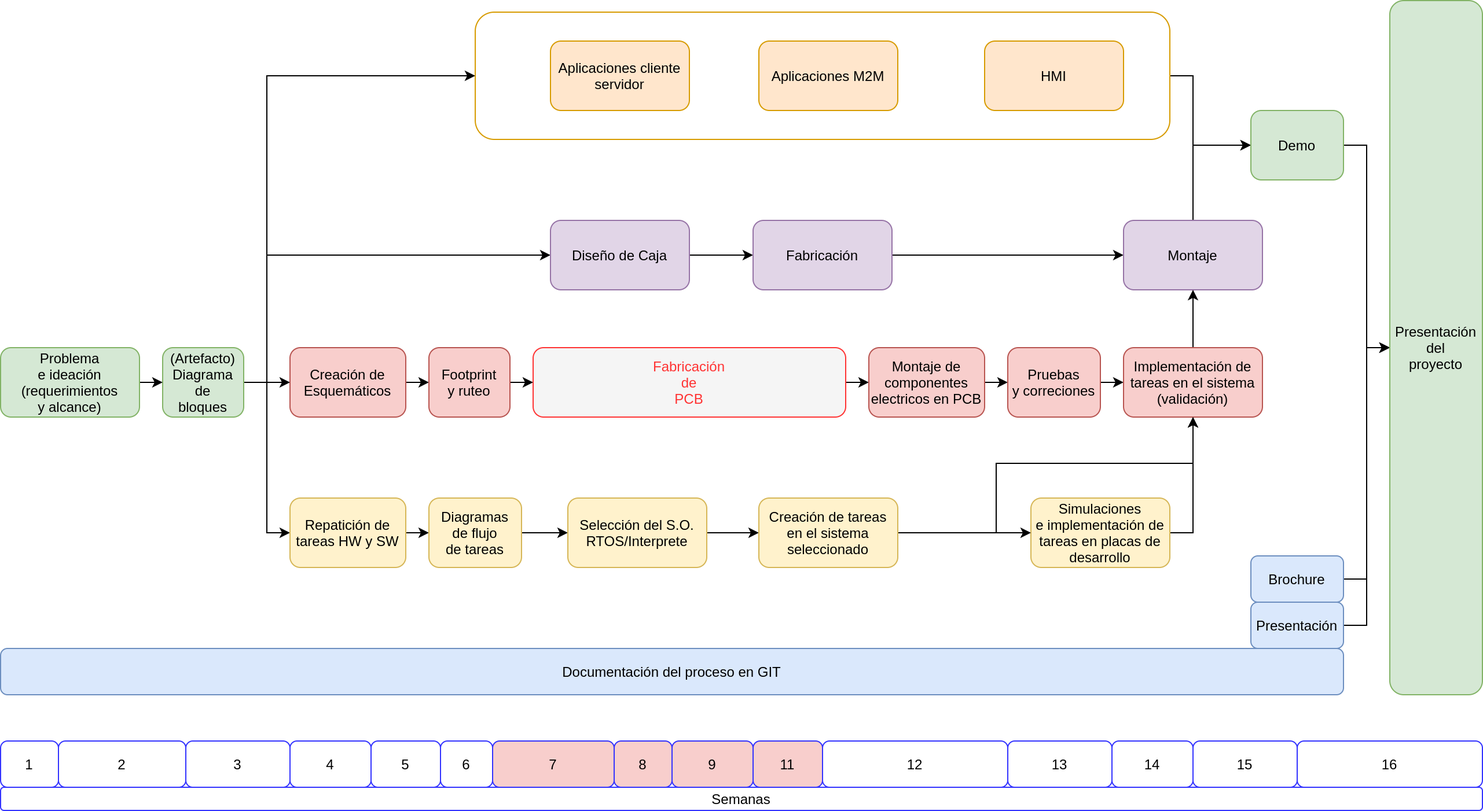
Before: liascript-course/sistemasEmbebidos/img/projectSE/cronograma.drawio.png, a diagram exported from draw.io (johnnycubides/curso-scorm-sistemas-digitales). Source tidied: cells renumbered, new cells last; positions are measured from the earlier drawing's top-left corner, leaving out a move shared by most shapes. The source it was exported from:
```xml
<mxGraphModel>
  <root>
    <mxCell id="0" />
    <mxCell id="1" parent="0" />
    <mxCell id="2" style="edgeStyle=orthogonalEdgeStyle;rounded=0;jettySize=auto;html=1;exitX=1;exitY=0.5;exitDx=0;exitDy=0;entryX=0;entryY=0.5;entryDx=0;entryDy=0;" parent="1" edge="1" source="3" target="27">
      <mxGeometry relative="1" as="geometry">
        <Array as="points">
          <mxPoint x="1030" y="65" />
          <mxPoint x="1030" y="125" />
        </Array>
      </mxGeometry>
    </mxCell>
    <mxCell id="3" style="rounded=1;whiteSpace=wrap;html=1;fillColor=none;strokeColor=#d79b00;" parent="1" vertex="1">
      <mxGeometry x="410" y="10" width="600" height="110" as="geometry" />
    </mxCell>
    <mxCell id="4" style="edgeStyle=orthogonalEdgeStyle;rounded=0;jettySize=auto;html=1;exitX=1;exitY=0.5;exitDx=0;exitDy=0;entryX=0;entryY=0.5;entryDx=0;entryDy=0;" parent="1" edge="1" source="5" target="24">
      <mxGeometry relative="1" as="geometry" />
    </mxCell>
    <mxCell id="5" value="Fabricación&lt;br&gt;de&lt;br&gt;PCB" style="rounded=1;whiteSpace=wrap;html=1;fillColor=#f5f5f5;strokeColor=#FF3333;fontColor=#FF3333;" parent="1" vertex="1">
      <mxGeometry x="460" y="300" width="270" height="60" as="geometry" />
    </mxCell>
    <mxCell id="6" style="edgeStyle=orthogonalEdgeStyle;rounded=0;jettySize=auto;html=1;exitX=1;exitY=0.5;exitDx=0;exitDy=0;entryX=0;entryY=0.5;entryDx=0;entryDy=0;" parent="1" edge="1" source="7" target="9">
      <mxGeometry relative="1" as="geometry" />
    </mxCell>
    <mxCell id="7" value="Creación de&lt;br&gt;Esquemáticos" style="rounded=1;whiteSpace=wrap;html=1;fillColor=#f8cecc;strokeColor=#b85450;" parent="1" vertex="1">
      <mxGeometry x="250" y="300" width="100" height="60" as="geometry" />
    </mxCell>
    <mxCell id="8" style="edgeStyle=orthogonalEdgeStyle;rounded=0;jettySize=auto;html=1;exitX=1;exitY=0.5;exitDx=0;exitDy=0;entryX=0;entryY=0.5;entryDx=0;entryDy=0;" parent="1" edge="1" source="9" target="5">
      <mxGeometry relative="1" as="geometry" />
    </mxCell>
    <mxCell id="9" value="Footprint&lt;br&gt;y ruteo" style="rounded=1;whiteSpace=wrap;html=1;fillColor=#f8cecc;strokeColor=#b85450;" parent="1" vertex="1">
      <mxGeometry x="370" y="300" width="70" height="60" as="geometry" />
    </mxCell>
    <mxCell id="10" style="edgeStyle=orthogonalEdgeStyle;rounded=0;jettySize=auto;html=1;exitX=1;exitY=0.5;exitDx=0;exitDy=0;entryX=0;entryY=0.5;entryDx=0;entryDy=0;" parent="1" edge="1" source="11" target="63">
      <mxGeometry relative="1" as="geometry" />
    </mxCell>
    <mxCell id="11" value="Brochure" style="rounded=1;whiteSpace=wrap;html=1;fillColor=#dae8fc;strokeColor=#6c8ebf;" parent="1" vertex="1">
      <mxGeometry x="1080" y="480" width="80" height="40" as="geometry" />
    </mxCell>
    <mxCell id="12" style="edgeStyle=orthogonalEdgeStyle;rounded=0;jettySize=auto;html=1;exitX=1;exitY=0.5;exitDx=0;exitDy=0;entryX=0;entryY=0.5;entryDx=0;entryDy=0;" parent="1" edge="1" source="16" target="7">
      <mxGeometry relative="1" as="geometry" />
    </mxCell>
    <mxCell id="13" style="edgeStyle=orthogonalEdgeStyle;rounded=0;jettySize=auto;html=1;exitX=1;exitY=0.5;exitDx=0;exitDy=0;entryX=0;entryY=0.5;entryDx=0;entryDy=0;" parent="1" edge="1" source="16" target="18">
      <mxGeometry relative="1" as="geometry">
        <Array as="points">
          <mxPoint x="230" y="330" />
          <mxPoint x="230" y="220" />
        </Array>
      </mxGeometry>
    </mxCell>
    <mxCell id="14" style="edgeStyle=orthogonalEdgeStyle;rounded=0;jettySize=auto;html=1;exitX=1;exitY=0.5;exitDx=0;exitDy=0;entryX=0;entryY=0.5;entryDx=0;entryDy=0;" parent="1" edge="1" source="16" target="29">
      <mxGeometry relative="1" as="geometry">
        <Array as="points">
          <mxPoint x="230" y="330" />
          <mxPoint x="230" y="460" />
        </Array>
      </mxGeometry>
    </mxCell>
    <mxCell id="15" style="edgeStyle=orthogonalEdgeStyle;rounded=0;jettySize=auto;html=1;exitX=1;exitY=0.5;exitDx=0;exitDy=0;entryX=0;entryY=0.5;entryDx=0;entryDy=0;" parent="1" edge="1" source="16" target="3">
      <mxGeometry relative="1" as="geometry">
        <Array as="points">
          <mxPoint x="230" y="330" />
          <mxPoint x="230" y="65" />
        </Array>
      </mxGeometry>
    </mxCell>
    <mxCell id="16" value="(Artefacto)&lt;br&gt;Diagrama&lt;br&gt;de&lt;br&gt;bloques" style="rounded=1;whiteSpace=wrap;html=1;fillColor=#d5e8d4;strokeColor=#82b366;" parent="1" vertex="1">
      <mxGeometry x="140" y="300" width="70" height="60" as="geometry" />
    </mxCell>
    <mxCell id="17" style="edgeStyle=orthogonalEdgeStyle;rounded=0;jettySize=auto;html=1;exitX=1;exitY=0.5;exitDx=0;exitDy=0;entryX=0;entryY=0.5;entryDx=0;entryDy=0;" parent="1" edge="1" source="18" target="20">
      <mxGeometry relative="1" as="geometry" />
    </mxCell>
    <mxCell id="18" value="Diseño de Caja" style="rounded=1;whiteSpace=wrap;html=1;fillColor=#e1d5e7;strokeColor=#9673a6;" parent="1" vertex="1">
      <mxGeometry x="475" y="190" width="120" height="60" as="geometry" />
    </mxCell>
    <mxCell id="19" style="edgeStyle=orthogonalEdgeStyle;rounded=0;jettySize=auto;html=1;exitX=1;exitY=0.5;exitDx=0;exitDy=0;entryX=0;entryY=0.5;entryDx=0;entryDy=0;" parent="1" edge="1" source="20" target="22">
      <mxGeometry relative="1" as="geometry" />
    </mxCell>
    <mxCell id="20" value="Fabricación" style="rounded=1;whiteSpace=wrap;html=1;fillColor=#e1d5e7;strokeColor=#9673a6;" parent="1" vertex="1">
      <mxGeometry x="650" y="190" width="120" height="60" as="geometry" />
    </mxCell>
    <mxCell id="21" style="edgeStyle=orthogonalEdgeStyle;rounded=0;jettySize=auto;html=1;exitX=0.5;exitY=0;exitDx=0;exitDy=0;entryX=0;entryY=0.5;entryDx=0;entryDy=0;" parent="1" edge="1" source="22" target="27">
      <mxGeometry relative="1" as="geometry" />
    </mxCell>
    <mxCell id="22" value="Montaje" style="rounded=1;whiteSpace=wrap;html=1;fillColor=#e1d5e7;strokeColor=#9673a6;" parent="1" vertex="1">
      <mxGeometry x="970" y="190" width="120" height="60" as="geometry" />
    </mxCell>
    <mxCell id="23" style="edgeStyle=orthogonalEdgeStyle;rounded=0;jettySize=auto;html=1;exitX=1;exitY=0.5;exitDx=0;exitDy=0;entryX=0;entryY=0.5;entryDx=0;entryDy=0;" parent="1" edge="1" source="24" target="35">
      <mxGeometry relative="1" as="geometry" />
    </mxCell>
    <mxCell id="24" value="Montaje de&lt;br&gt;componentes&lt;br&gt;electricos en PCB" style="rounded=1;whiteSpace=wrap;html=1;fillColor=#f8cecc;strokeColor=#b85450;" parent="1" vertex="1">
      <mxGeometry x="750" y="300" width="100" height="60" as="geometry" />
    </mxCell>
    <mxCell id="25" value="Documentación del proceso en GIT" style="rounded=1;whiteSpace=wrap;html=1;fillColor=#dae8fc;strokeColor=#6c8ebf;" parent="1" vertex="1">
      <mxGeometry y="560" width="1160" height="40" as="geometry" />
    </mxCell>
    <mxCell id="26" style="edgeStyle=orthogonalEdgeStyle;rounded=0;jettySize=auto;html=1;exitX=1;exitY=0.5;exitDx=0;exitDy=0;" parent="1" edge="1" source="27" target="63">
      <mxGeometry relative="1" as="geometry" />
    </mxCell>
    <mxCell id="27" value="Demo" style="rounded=1;whiteSpace=wrap;html=1;fillColor=#d5e8d4;strokeColor=#82b366;" parent="1" vertex="1">
      <mxGeometry x="1080" y="95" width="80" height="60" as="geometry" />
    </mxCell>
    <mxCell id="28" style="edgeStyle=orthogonalEdgeStyle;rounded=0;jettySize=auto;html=1;exitX=1;exitY=0.5;exitDx=0;exitDy=0;entryX=0;entryY=0.5;entryDx=0;entryDy=0;" parent="1" edge="1" source="29" target="31">
      <mxGeometry relative="1" as="geometry" />
    </mxCell>
    <mxCell id="29" value="Repatición de&lt;br&gt;tareas HW y SW" style="rounded=1;whiteSpace=wrap;html=1;fillColor=#fff2cc;strokeColor=#d6b656;" parent="1" vertex="1">
      <mxGeometry x="250" y="430" width="100" height="60" as="geometry" />
    </mxCell>
    <mxCell id="30" style="edgeStyle=orthogonalEdgeStyle;rounded=0;jettySize=auto;html=1;exitX=1;exitY=0.5;exitDx=0;exitDy=0;entryX=0;entryY=0.5;entryDx=0;entryDy=0;" parent="1" edge="1" source="31" target="33">
      <mxGeometry relative="1" as="geometry" />
    </mxCell>
    <mxCell id="31" value="Diagramas&lt;br&gt;de flujo&lt;br&gt;de tareas" style="rounded=1;whiteSpace=wrap;html=1;fillColor=#fff2cc;strokeColor=#d6b656;" parent="1" vertex="1">
      <mxGeometry x="370" y="430" width="80" height="60" as="geometry" />
    </mxCell>
    <mxCell id="32" style="edgeStyle=orthogonalEdgeStyle;rounded=0;jettySize=auto;html=1;exitX=1;exitY=0.5;exitDx=0;exitDy=0;entryX=0;entryY=0.5;entryDx=0;entryDy=0;" parent="1" edge="1" source="33" target="44">
      <mxGeometry relative="1" as="geometry" />
    </mxCell>
    <mxCell id="33" value="Selección del S.O.&lt;br&gt;RTOS/Interprete" style="rounded=1;whiteSpace=wrap;html=1;fillColor=#fff2cc;strokeColor=#d6b656;" parent="1" vertex="1">
      <mxGeometry x="490" y="430" width="120" height="60" as="geometry" />
    </mxCell>
    <mxCell id="34" style="edgeStyle=orthogonalEdgeStyle;rounded=0;jettySize=auto;html=1;exitX=1;exitY=0.5;exitDx=0;exitDy=0;entryX=0;entryY=0.5;entryDx=0;entryDy=0;" parent="1" edge="1" source="35" target="39">
      <mxGeometry relative="1" as="geometry" />
    </mxCell>
    <mxCell id="35" value="Pruebas&lt;br&gt;y correciones" style="rounded=1;whiteSpace=wrap;html=1;fillColor=#f8cecc;strokeColor=#b85450;" parent="1" vertex="1">
      <mxGeometry x="870" y="300" width="80" height="60" as="geometry" />
    </mxCell>
    <mxCell id="36" style="edgeStyle=orthogonalEdgeStyle;rounded=0;jettySize=auto;html=1;exitX=1;exitY=0.5;exitDx=0;exitDy=0;entryX=0;entryY=0.5;entryDx=0;entryDy=0;" parent="1" edge="1" source="37" target="63">
      <mxGeometry relative="1" as="geometry" />
    </mxCell>
    <mxCell id="37" value="Presentación" style="rounded=1;whiteSpace=wrap;html=1;fillColor=#dae8fc;strokeColor=#6c8ebf;" parent="1" vertex="1">
      <mxGeometry x="1080" y="520" width="80" height="40" as="geometry" />
    </mxCell>
    <mxCell id="38" style="edgeStyle=orthogonalEdgeStyle;rounded=0;jettySize=auto;html=1;exitX=0.5;exitY=0;exitDx=0;exitDy=0;entryX=0.5;entryY=1;entryDx=0;entryDy=0;" parent="1" edge="1" source="39" target="22">
      <mxGeometry relative="1" as="geometry" />
    </mxCell>
    <mxCell id="39" value="Implementación de tareas en el sistema&lt;br&gt;(validación)" style="rounded=1;whiteSpace=wrap;html=1;fillColor=#f8cecc;strokeColor=#b85450;" parent="1" vertex="1">
      <mxGeometry x="970" y="300" width="120" height="60" as="geometry" />
    </mxCell>
    <mxCell id="40" style="edgeStyle=orthogonalEdgeStyle;rounded=0;jettySize=auto;html=1;exitX=1;exitY=0.5;exitDx=0;exitDy=0;entryX=0.5;entryY=1;entryDx=0;entryDy=0;" parent="1" edge="1" source="41" target="39">
      <mxGeometry relative="1" as="geometry" />
    </mxCell>
    <mxCell id="41" value="Simulaciones&lt;br&gt;e implementación de tareas en placas de desarrollo" style="rounded=1;whiteSpace=wrap;html=1;fillColor=#fff2cc;strokeColor=#d6b656;" parent="1" vertex="1">
      <mxGeometry x="890" y="430" width="120" height="60" as="geometry" />
    </mxCell>
    <mxCell id="42" style="edgeStyle=orthogonalEdgeStyle;rounded=0;jettySize=auto;html=1;exitX=1;exitY=0.5;exitDx=0;exitDy=0;entryX=0;entryY=0.5;entryDx=0;entryDy=0;" parent="1" edge="1" source="44" target="41">
      <mxGeometry relative="1" as="geometry" />
    </mxCell>
    <mxCell id="43" style="edgeStyle=orthogonalEdgeStyle;rounded=0;jettySize=auto;html=1;exitX=1;exitY=0.5;exitDx=0;exitDy=0;entryX=0.5;entryY=1;entryDx=0;entryDy=0;" parent="1" edge="1" source="44" target="39">
      <mxGeometry relative="1" as="geometry">
        <Array as="points">
          <mxPoint x="860" y="460" />
          <mxPoint x="860" y="400" />
          <mxPoint x="1030" y="400" />
        </Array>
      </mxGeometry>
    </mxCell>
    <mxCell id="44" value="Creación de tareas&lt;br&gt;en el sistema seleccionado" style="rounded=1;whiteSpace=wrap;html=1;fillColor=#fff2cc;strokeColor=#d6b656;" parent="1" vertex="1">
      <mxGeometry x="655" y="430" width="120" height="60" as="geometry" />
    </mxCell>
    <mxCell id="45" value="Aplicaciones cliente servidor" style="rounded=1;whiteSpace=wrap;html=1;fillColor=#ffe6cc;strokeColor=#d79b00;" parent="1" vertex="1">
      <mxGeometry x="475" y="35" width="120" height="60" as="geometry" />
    </mxCell>
    <mxCell id="46" value="Aplicaciones M2M" style="rounded=1;whiteSpace=wrap;html=1;fillColor=#ffe6cc;strokeColor=#d79b00;" parent="1" vertex="1">
      <mxGeometry x="655" y="35" width="120" height="60" as="geometry" />
    </mxCell>
    <mxCell id="47" value="HMI" style="rounded=1;whiteSpace=wrap;html=1;fillColor=#ffe6cc;strokeColor=#d79b00;" parent="1" vertex="1">
      <mxGeometry x="850" y="35" width="120" height="60" as="geometry" />
    </mxCell>
    <mxCell id="48" value="1" style="rounded=1;whiteSpace=wrap;html=1;fillColor=default;strokeColor=#3333FF;" parent="1" vertex="1">
      <mxGeometry y="640" width="50" height="40" as="geometry" />
    </mxCell>
    <mxCell id="49" value="2" style="rounded=1;whiteSpace=wrap;html=1;fillColor=default;strokeColor=#3333FF;" parent="1" vertex="1">
      <mxGeometry x="50" y="640" width="110" height="40" as="geometry" />
    </mxCell>
    <mxCell id="50" value="3" style="rounded=1;whiteSpace=wrap;html=1;fillColor=default;strokeColor=#3333FF;" parent="1" vertex="1">
      <mxGeometry x="160" y="640" width="90" height="40" as="geometry" />
    </mxCell>
    <mxCell id="51" value="4" style="rounded=1;whiteSpace=wrap;html=1;fillColor=default;strokeColor=#3333FF;" parent="1" vertex="1">
      <mxGeometry x="250" y="640" width="70" height="40" as="geometry" />
    </mxCell>
    <mxCell id="52" value="5" style="rounded=1;whiteSpace=wrap;html=1;fillColor=default;strokeColor=#3333FF;" parent="1" vertex="1">
      <mxGeometry x="320" y="640" width="60" height="40" as="geometry" />
    </mxCell>
    <mxCell id="53" value="6" style="rounded=1;whiteSpace=wrap;html=1;fillColor=default;strokeColor=#3333FF;" parent="1" vertex="1">
      <mxGeometry x="380" y="640" width="45" height="40" as="geometry" />
    </mxCell>
    <mxCell id="54" value="7" style="rounded=1;whiteSpace=wrap;html=1;fillColor=#f8cecc;strokeColor=#3333FF;" parent="1" vertex="1">
      <mxGeometry x="425" y="640" width="105" height="40" as="geometry" />
    </mxCell>
    <mxCell id="55" value="8" style="rounded=1;whiteSpace=wrap;html=1;fillColor=#f8cecc;strokeColor=#3333FF;" parent="1" vertex="1">
      <mxGeometry x="530" y="640" width="50" height="40" as="geometry" />
    </mxCell>
    <mxCell id="56" value="9" style="rounded=1;whiteSpace=wrap;html=1;fillColor=#f8cecc;strokeColor=#3333FF;" parent="1" vertex="1">
      <mxGeometry x="580" y="640" width="70" height="40" as="geometry" />
    </mxCell>
    <mxCell id="57" value="11" style="rounded=1;whiteSpace=wrap;html=1;fillColor=#f8cecc;strokeColor=#3333FF;" parent="1" vertex="1">
      <mxGeometry x="650" y="640" width="60" height="40" as="geometry" />
    </mxCell>
    <mxCell id="58" value="12" style="rounded=1;whiteSpace=wrap;html=1;fillColor=default;strokeColor=#3333FF;" parent="1" vertex="1">
      <mxGeometry x="710" y="640" width="160" height="40" as="geometry" />
    </mxCell>
    <mxCell id="59" value="13" style="rounded=1;whiteSpace=wrap;html=1;fillColor=default;strokeColor=#3333FF;" parent="1" vertex="1">
      <mxGeometry x="870" y="640" width="90" height="40" as="geometry" />
    </mxCell>
    <mxCell id="60" value="14" style="rounded=1;whiteSpace=wrap;html=1;fillColor=default;strokeColor=#3333FF;" parent="1" vertex="1">
      <mxGeometry x="960" y="640" width="70" height="40" as="geometry" />
    </mxCell>
    <mxCell id="61" value="15" style="rounded=1;whiteSpace=wrap;html=1;fillColor=default;strokeColor=#3333FF;" parent="1" vertex="1">
      <mxGeometry x="1030" y="640" width="90" height="40" as="geometry" />
    </mxCell>
    <mxCell id="62" value="16" style="rounded=1;whiteSpace=wrap;html=1;fillColor=default;strokeColor=#3333FF;" parent="1" vertex="1">
      <mxGeometry x="1120" y="640" width="160" height="40" as="geometry" />
    </mxCell>
    <mxCell id="63" value="Presentación&lt;br&gt;del&lt;br&gt;proyecto" style="rounded=1;whiteSpace=wrap;html=1;fillColor=#d5e8d4;strokeColor=#82b366;" parent="1" vertex="1">
      <mxGeometry x="1200" width="80" height="600" as="geometry" />
    </mxCell>
    <mxCell id="64" value="Semanas" style="rounded=1;whiteSpace=wrap;html=1;fillColor=default;strokeColor=#3333FF;" parent="1" vertex="1">
      <mxGeometry y="680" width="1280" height="20" as="geometry" />
    </mxCell>
    <mxCell id="65" style="edgeStyle=orthogonalEdgeStyle;rounded=0;jettySize=auto;html=1;exitX=1;exitY=0.5;exitDx=0;exitDy=0;entryX=0;entryY=0.5;entryDx=0;entryDy=0;fontColor=#FF3333;" parent="1" edge="1" source="66" target="16">
      <mxGeometry relative="1" as="geometry" />
    </mxCell>
    <mxCell id="66" value="Problema&lt;br&gt;e ideación&lt;br&gt;(requerimientos&lt;br&gt;y alcance)" style="rounded=1;whiteSpace=wrap;html=1;fillColor=#d5e8d4;strokeColor=#82b366;" parent="1" vertex="1">
      <mxGeometry y="300" width="120" height="60" as="geometry" />
    </mxCell>
  </root>
</mxGraphModel>
```
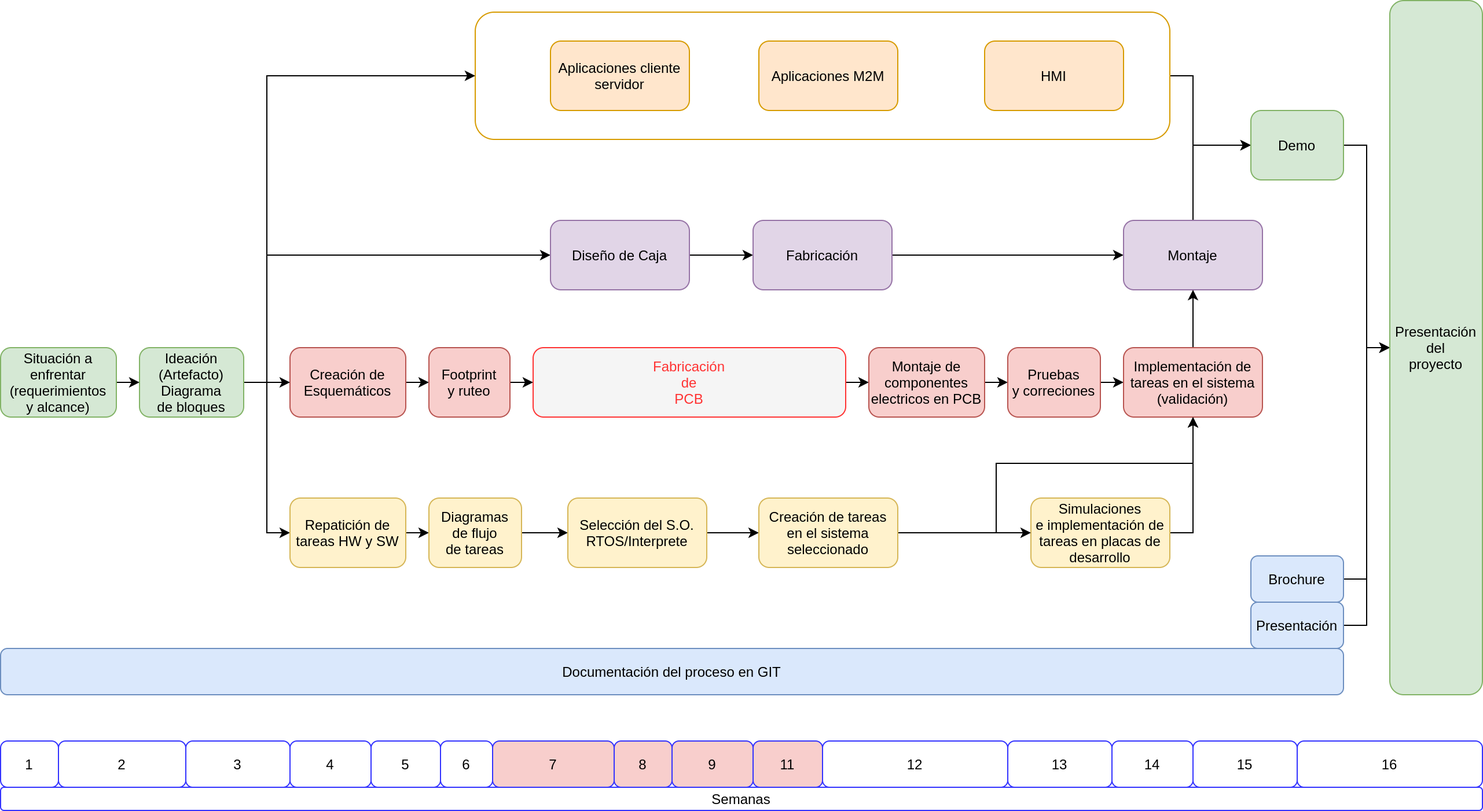
The same file after the commit.

What changed in the source:
```diff
@@ -64,8 +64,8 @@
         </Array>
       </mxGeometry>
     </mxCell>
-    <mxCell id="16" value="(Artefacto)&lt;br&gt;Diagrama&lt;br&gt;de&lt;br&gt;bloques" style="rounded=1;whiteSpace=wrap;html=1;fillColor=#d5e8d4;strokeColor=#82b366;" parent="1" vertex="1">
-      <mxGeometry x="140" y="300" width="70" height="60" as="geometry" />
+    <mxCell id="16" value="Ideación&lt;br&gt;(Artefacto)&lt;br&gt;Diagrama&lt;br&gt;de bloques" style="rounded=1;whiteSpace=wrap;html=1;fillColor=#d5e8d4;strokeColor=#82b366;" parent="1" vertex="1">
+      <mxGeometry x="120" y="300" width="90" height="60" as="geometry" />
     </mxCell>
     <mxCell id="17" style="edgeStyle=orthogonalEdgeStyle;rounded=0;jettySize=auto;html=1;exitX=1;exitY=0.5;exitDx=0;exitDy=0;entryX=0;entryY=0.5;entryDx=0;entryDy=0;" parent="1" edge="1" source="18" target="20">
       <mxGeometry relative="1" as="geometry" />
@@ -220,8 +220,8 @@
     <mxCell id="65" style="edgeStyle=orthogonalEdgeStyle;rounded=0;jettySize=auto;html=1;exitX=1;exitY=0.5;exitDx=0;exitDy=0;entryX=0;entryY=0.5;entryDx=0;entryDy=0;fontColor=#FF3333;" parent="1" edge="1" source="66" target="16">
       <mxGeometry relative="1" as="geometry" />
     </mxCell>
-    <mxCell id="66" value="Problema&lt;br&gt;e ideación&lt;br&gt;(requerimientos&lt;br&gt;y alcance)" style="rounded=1;whiteSpace=wrap;html=1;fillColor=#d5e8d4;strokeColor=#82b366;" parent="1" vertex="1">
-      <mxGeometry y="300" width="120" height="60" as="geometry" />
+    <mxCell id="66" value="Situación a enfrentar&lt;br&gt;(requerimientos&lt;br&gt;y alcance)" style="rounded=1;whiteSpace=wrap;html=1;fillColor=#d5e8d4;strokeColor=#82b366;" parent="1" vertex="1">
+      <mxGeometry y="300" width="100" height="60" as="geometry" />
     </mxCell>
   </root>
 </mxGraphModel>
```
